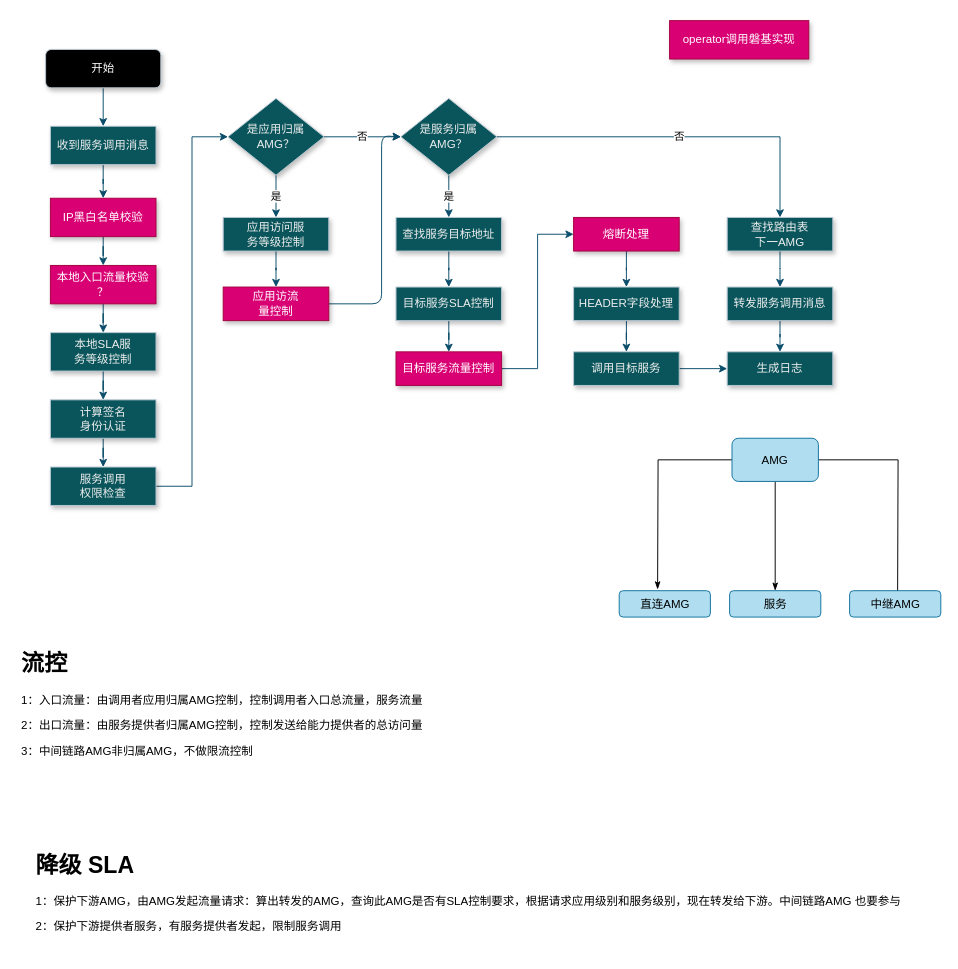
Earlier version of the draw.io diagram page "网关运行流程" (6 of 9) of 智慧中台AMG.drawio (qymmdj/draw-io). Source tidied: cells renumbered, new cells numbered last; positions are measured from the earlier drawing's top-left corner, leaving out a move shared by most shapes. Both pictures are drawn from the tidied source at 96%, with x=0, y=0 at pixel (16, 20).
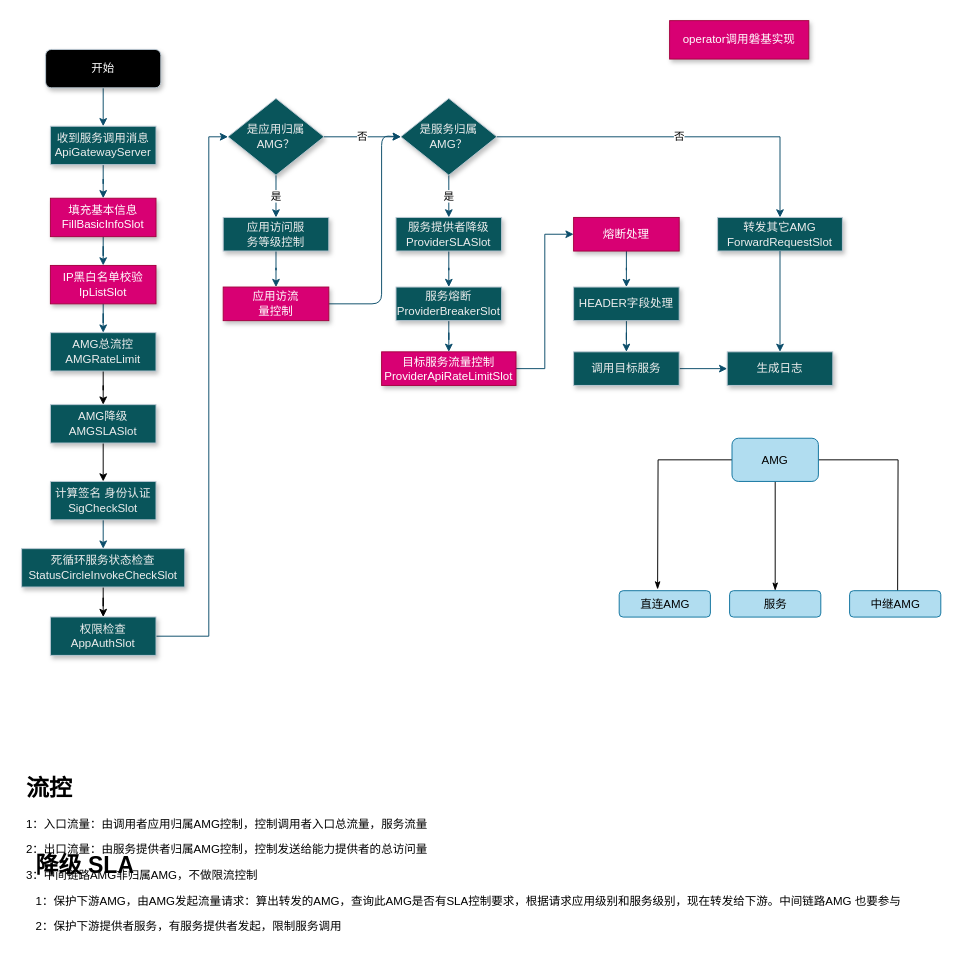
After the change.

Unchanged cells that the change refers to:
```xml
<mxCell id="18" value="是应用归属AMG？" style="rhombus;whiteSpace=wrap;html=1;shadow=1;fillColor=#09555B;strokeColor=#BAC8D3;fontColor=#EEEEEE;" parent="1" vertex="1">
  <mxGeometry x="220" y="81" width="100" height="80" as="geometry" />
</mxCell>
<mxCell id="33" value="熔断处理" style="rounded=0;whiteSpace=wrap;html=1;shadow=1;fillColor=#d80073;strokeColor=#A50040;fontColor=#ffffff;" parent="1" vertex="1">
  <mxGeometry x="580" y="205" width="110" height="35" as="geometry" />
</mxCell>
<mxCell id="42" value="生成日志" style="rounded=0;whiteSpace=wrap;html=1;shadow=1;fillColor=#09555B;strokeColor=#BAC8D3;fontColor=#EEEEEE;" parent="1" vertex="1">
  <mxGeometry x="740" y="345" width="110" height="35" as="geometry" />
</mxCell>
```

Diff of the diagram source:
```diff
@@
-    <mxCell id="5" value="收到服务调用消息" style="rounded=0;whiteSpace=wrap;html=1;shadow=1;fillColor=#09555B;strokeColor=#BAC8D3;fontColor=#EEEEEE;" parent="1" vertex="1">
+    <mxCell id="5" value="收到服务调用消息&lt;br&gt;ApiGatewayServer" style="rounded=0;whiteSpace=wrap;html=1;shadow=1;fillColor=#09555B;strokeColor=#BAC8D3;fontColor=#EEEEEE;" parent="1" vertex="1">
       <mxGeometry x="35" y="110" width="110" height="40" as="geometry" />
     </mxCell>
@@
-    <mxCell id="7" value="IP黑白名单校验" style="rounded=0;whiteSpace=wrap;html=1;shadow=1;fillColor=#d80073;strokeColor=#A50040;fontColor=#ffffff;" parent="1" vertex="1">
+    <mxCell id="7" value="填充基本信息&lt;br&gt;FillBasicInfoSlot" style="rounded=0;whiteSpace=wrap;html=1;shadow=1;fillColor=#d80073;strokeColor=#A50040;fontColor=#ffffff;" parent="1" vertex="1">
       <mxGeometry x="35" y="185" width="110" height="40" as="geometry" />
     </mxCell>
@@
-    <mxCell id="9" value="本地入口流量校验&lt;br&gt;？" style="rounded=0;whiteSpace=wrap;html=1;shadow=1;strokeColor=#A50040;fontColor=#ffffff;fillColor=#d80073;" parent="1" vertex="1">
+    <mxCell id="9" value="IP黑白名单校验&lt;br&gt;IpListSlot" style="rounded=0;whiteSpace=wrap;html=1;shadow=1;strokeColor=#A50040;fontColor=#ffffff;fillColor=#d80073;" parent="1" vertex="1">
       <mxGeometry x="35" y="255" width="110" height="40" as="geometry" />
     </mxCell>
-    <mxCell id="10" style="edgeStyle=orthogonalEdgeStyle;rounded=0;jettySize=auto;html=1;strokeColor=#0B4D6A;" parent="1" edge="1" source="11" target="13">
-      <mxGeometry relative="1" as="geometry" />
-    </mxCell>
+    <mxCell id="53" style="edgeStyle=orthogonalEdgeStyle;rounded=0;jettySize=auto;html=1;" parent="1" edge="1" source="11" target="55">
+      <mxGeometry relative="1" as="geometry" />
+    </mxCell>
-    <mxCell id="11" value="本地SLA服&lt;br&gt;务等级控制" style="rounded=0;whiteSpace=wrap;html=1;shadow=1;fillColor=#09555B;strokeColor=#BAC8D3;fontColor=#EEEEEE;" parent="1" vertex="1">
+    <mxCell id="11" value="AMG总流控&lt;br&gt;AMGRateLimit" style="rounded=0;whiteSpace=wrap;html=1;shadow=1;fillColor=#09555B;strokeColor=#BAC8D3;fontColor=#EEEEEE;" parent="1" vertex="1">
       <mxGeometry x="35" y="325" width="110" height="40" as="geometry" />
     </mxCell>
-    <mxCell id="12" style="edgeStyle=orthogonalEdgeStyle;rounded=0;jettySize=auto;html=1;strokeColor=#0B4D6A;" parent="1" edge="1" source="13" target="15">
-      <mxGeometry relative="1" as="geometry" />
+    <mxCell id="12" style="edgeStyle=orthogonalEdgeStyle;rounded=0;jettySize=auto;html=1;strokeColor=#0B4D6A;" parent="1" edge="1" source="13">
+      <mxGeometry relative="1" as="geometry">
+        <mxPoint x="90" y="550" as="targetPoint" />
+      </mxGeometry>
     </mxCell>
-    <mxCell id="13" value="计算签名&lt;br&gt;身份认证" style="rounded=0;whiteSpace=wrap;html=1;shadow=1;fillColor=#09555B;strokeColor=#BAC8D3;fontColor=#EEEEEE;" parent="1" vertex="1">
-      <mxGeometry x="35" y="395" width="110" height="40" as="geometry" />
+    <mxCell id="13" value="计算签名 身份认证&lt;br&gt;SigCheckSlot" style="rounded=0;whiteSpace=wrap;html=1;shadow=1;fillColor=#09555B;strokeColor=#BAC8D3;fontColor=#EEEEEE;" parent="1" vertex="1">
+      <mxGeometry x="35" y="480" width="110" height="40" as="geometry" />
     </mxCell>
     <mxCell id="14" style="edgeStyle=orthogonalEdgeStyle;rounded=0;jettySize=auto;html=1;entryX=0;entryY=0.5;entryDx=0;entryDy=0;strokeColor=#0B4D6A;" parent="1" edge="1" source="15" target="18">
-      <mxGeometry relative="1" as="geometry" />
+      <mxGeometry relative="1" as="geometry">
+        <Array as="points">
+          <mxPoint x="200" y="641" />
+          <mxPoint x="200" y="121" />
+        </Array>
+      </mxGeometry>
     </mxCell>
-    <mxCell id="15" value="服务调用&lt;br&gt;权限检查" style="rounded=0;whiteSpace=wrap;html=1;shadow=1;fillColor=#09555B;strokeColor=#BAC8D3;fontColor=#EEEEEE;" parent="1" vertex="1">
-      <mxGeometry x="35" y="465" width="110" height="40" as="geometry" />
+    <mxCell id="15" value="权限检查&lt;br&gt;AppAuthSlot" style="rounded=0;whiteSpace=wrap;html=1;shadow=1;fillColor=#09555B;strokeColor=#BAC8D3;fontColor=#EEEEEE;" parent="1" vertex="1">
+      <mxGeometry x="35" y="621.2" width="110" height="40" as="geometry" />
     </mxCell>
@@
-    <mxCell id="27" value="查找服务目标地址" style="rounded=0;whiteSpace=wrap;html=1;shadow=1;fillColor=#09555B;strokeColor=#BAC8D3;fontColor=#EEEEEE;" parent="1" vertex="1">
+    <mxCell id="27" value="服务提供者降级&lt;br&gt;ProviderSLASlot" style="rounded=0;whiteSpace=wrap;html=1;shadow=1;fillColor=#09555B;strokeColor=#BAC8D3;fontColor=#EEEEEE;" parent="1" vertex="1">
       <mxGeometry x="395" y="205" width="110" height="35" as="geometry" />
     </mxCell>
@@
-    <mxCell id="29" value="目标服务SLA控制" style="rounded=0;whiteSpace=wrap;html=1;shadow=1;fillColor=#09555B;strokeColor=#BAC8D3;fontColor=#EEEEEE;" parent="1" vertex="1">
+    <mxCell id="29" value="服务熔断&lt;br&gt;ProviderBreakerSlot" style="rounded=0;whiteSpace=wrap;html=1;shadow=1;fillColor=#09555B;strokeColor=#BAC8D3;fontColor=#EEEEEE;" parent="1" vertex="1">
       <mxGeometry x="395" y="277.5" width="110" height="35" as="geometry" />
     </mxCell>
-    <mxCell id="30" style="edgeStyle=orthogonalEdgeStyle;rounded=0;jettySize=auto;html=1;entryX=0;entryY=0.5;entryDx=0;entryDy=0;strokeColor=#0B4D6A;" parent="1" edge="1" source="31" target="33">
+    <mxCell id="30" style="edgeStyle=orthogonalEdgeStyle;rounded=0;jettySize=auto;html=1;entryX=0;entryY=0.5;entryDx=0;entryDy=0;strokeColor=#0B4D6A;exitX=1;exitY=0.5;exitDx=0;exitDy=0;" parent="1" edge="1" source="31" target="33">
       <mxGeometry relative="1" as="geometry" />
     </mxCell>
-    <mxCell id="31" value="目标服务流量控制" style="rounded=0;whiteSpace=wrap;html=1;shadow=1;fillColor=#d80073;strokeColor=#A50040;fontColor=#ffffff;" parent="1" vertex="1">
-      <mxGeometry x="395" y="345" width="110" height="35" as="geometry" />
+    <mxCell id="31" value="目标服务流量控制&lt;br&gt;ProviderApiRateLimitSlot" style="rounded=0;whiteSpace=wrap;html=1;shadow=1;fillColor=#d80073;strokeColor=#A50040;fontColor=#ffffff;" parent="1" vertex="1">
+      <mxGeometry x="380" y="345" width="140" height="35" as="geometry" />
     </mxCell>
@@
-    <mxCell id="38" style="edgeStyle=orthogonalEdgeStyle;curved=0;rounded=1;sketch=0;jettySize=auto;html=1;strokeColor=#0B4D6A;" parent="1" edge="1" source="39" target="41">
-      <mxGeometry relative="1" as="geometry" />
-    </mxCell>
-    <mxCell id="39" value="查找路由表&lt;br&gt;下一AMG" style="rounded=0;whiteSpace=wrap;html=1;shadow=1;fillColor=#09555B;strokeColor=#BAC8D3;fontColor=#EEEEEE;" parent="1" vertex="1">
-      <mxGeometry x="740" y="205" width="110" height="35" as="geometry" />
+    <mxCell id="39" value="转发其它AMG&lt;br&gt;ForwardRequestSlot" style="rounded=0;whiteSpace=wrap;html=1;shadow=1;fillColor=#09555B;strokeColor=#BAC8D3;fontColor=#EEEEEE;" parent="1" vertex="1">
+      <mxGeometry x="730" y="205" width="130" height="35" as="geometry" />
     </mxCell>
-    <mxCell id="40" style="edgeStyle=orthogonalEdgeStyle;curved=0;rounded=1;sketch=0;jettySize=auto;html=1;strokeColor=#0B4D6A;" parent="1" edge="1" source="41" target="42">
+    <mxCell id="40" style="edgeStyle=orthogonalEdgeStyle;curved=0;rounded=1;sketch=0;jettySize=auto;html=1;strokeColor=#0B4D6A;exitX=0.5;exitY=1;exitDx=0;exitDy=0;" parent="1" edge="1" source="39" target="42">
       <mxGeometry relative="1" as="geometry" />
     </mxCell>
-    <mxCell id="41" value="转发服务调用消息" style="rounded=0;whiteSpace=wrap;html=1;shadow=1;fillColor=#09555B;strokeColor=#BAC8D3;fontColor=#EEEEEE;" parent="1" vertex="1">
-      <mxGeometry x="740" y="277.5" width="110" height="35" as="geometry" />
-    </mxCell>
@@
     <mxCell id="44" value="&lt;h1&gt;流控&lt;/h1&gt;&lt;p&gt;1：入口流量：由调用者应用归属AMG控制，控制调用者入口总流量，服务流量&lt;/p&gt;&lt;p&gt;2：出口流量：由服务提供者归属AMG控制，控制发送给能力提供者的总访问量&lt;/p&gt;&lt;p&gt;3：中间链路AMG非归属AMG，不做限流控制&lt;/p&gt;" style="text;html=1;strokeColor=none;fillColor=none;spacing=5;spacingTop=-20;whiteSpace=wrap;overflow=hidden;rounded=0;" parent="1" vertex="1">
-      <mxGeometry y="650" width="890" height="130" as="geometry" />
+      <mxGeometry x="5" y="780" width="890" height="130" as="geometry" />
     </mxCell>
@@
+    <mxCell id="54" style="edgeStyle=orthogonalEdgeStyle;rounded=0;jettySize=auto;html=1;entryX=0.5;entryY=0;entryDx=0;entryDy=0;" parent="1" edge="1" source="55" target="13">
+      <mxGeometry relative="1" as="geometry" />
+    </mxCell>
+    <mxCell id="55" value="AMG降级&lt;br&gt;AMGSLASlot" style="rounded=0;whiteSpace=wrap;html=1;shadow=1;fillColor=#09555B;strokeColor=#BAC8D3;fontColor=#EEEEEE;" parent="1" vertex="1">
+      <mxGeometry x="35" y="400" width="110" height="40" as="geometry" />
+    </mxCell>
+    <mxCell id="56" style="edgeStyle=orthogonalEdgeStyle;rounded=0;jettySize=auto;html=1;" parent="1" edge="1" source="57" target="15">
+      <mxGeometry relative="1" as="geometry" />
+    </mxCell>
+    <mxCell id="57" value="死循环服务状态检查&lt;br&gt;StatusCircleInvokeCheckSlot" style="rounded=0;whiteSpace=wrap;html=1;shadow=1;fillColor=#09555B;strokeColor=#BAC8D3;fontColor=#EEEEEE;" parent="1" vertex="1">
+      <mxGeometry x="5" y="550" width="170" height="40" as="geometry" />
+    </mxCell>
```
